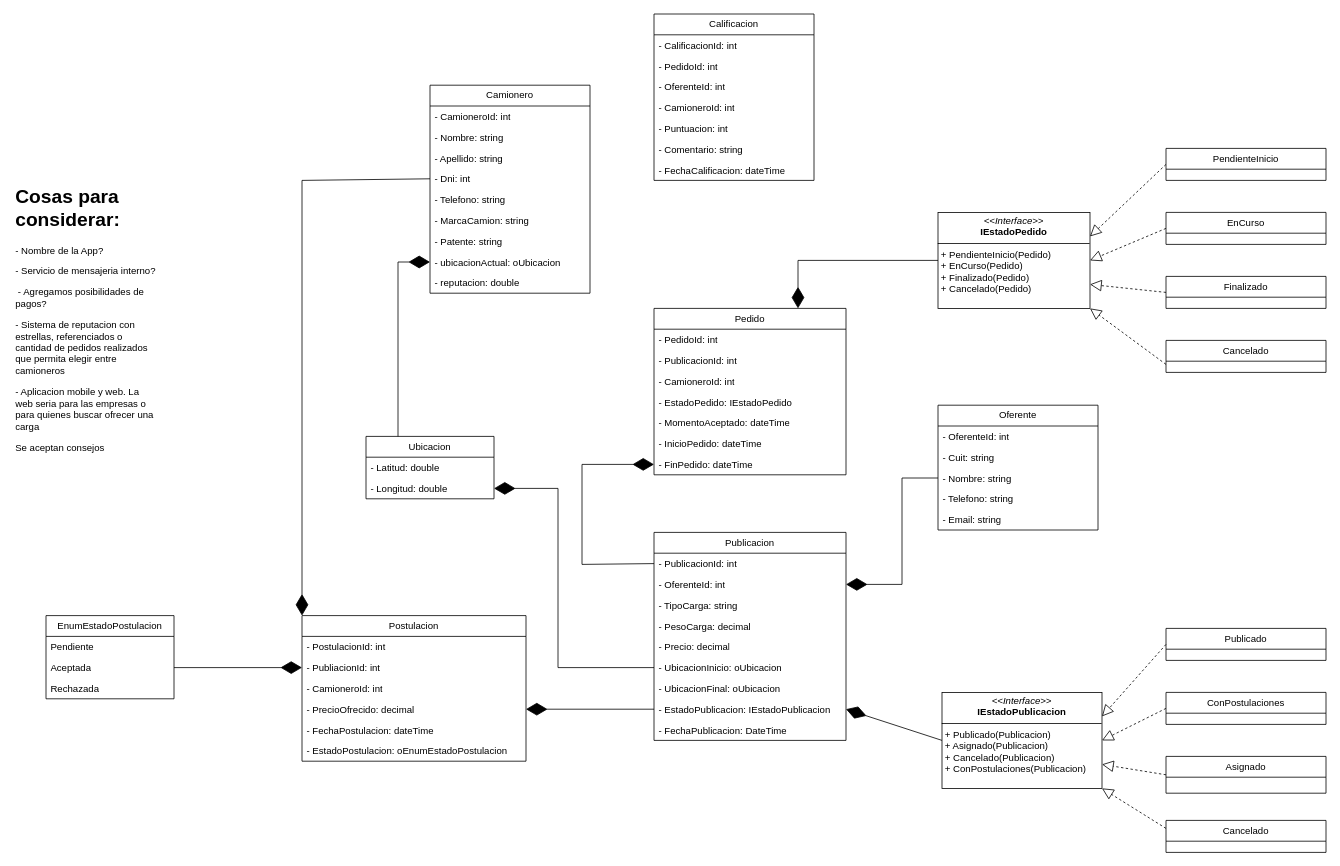
Above: CargaGO.drawio in Francisco-Galea/Diagramas-y-Otros (draw.io), before the change. Source tidied: cells renumbered, new cells numbered last; positions are measured from the earlier drawing's top-left corner, leaving out a move shared by most shapes. Both pictures are drawn from the tidied source at 80%, with x=0, y=0 at pixel (14, 14).
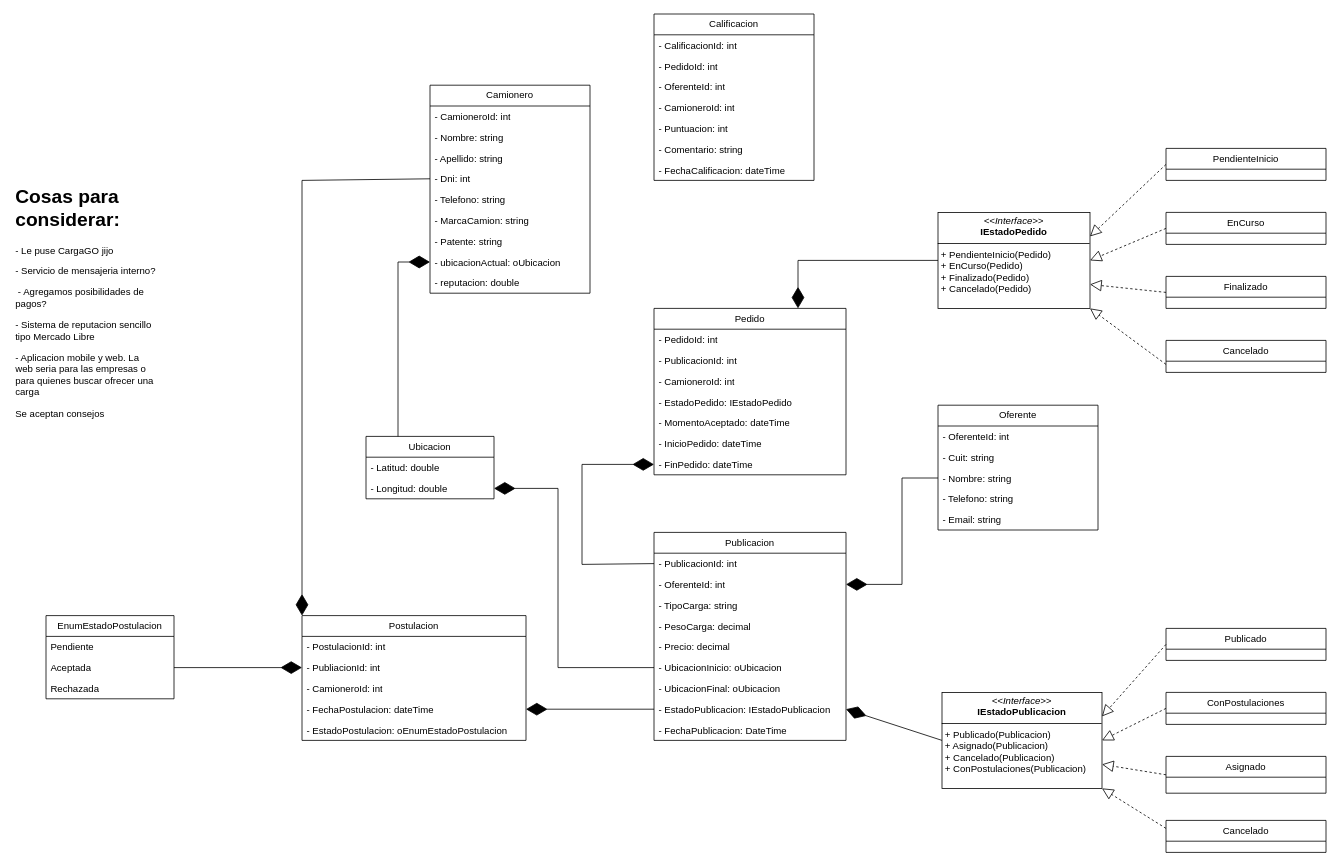
Above is the later version.

Unchanged cells that the change refers to:
```xml
<mxCell id="26" value="- EstadoPublicacion: IEstadoPublicacion" style="text;strokeColor=none;fillColor=none;align=left;verticalAlign=top;spacingLeft=4;spacingRight=4;overflow=hidden;points=[[0,0.5],[1,0.5]];portConstraint=eastwest;whiteSpace=wrap;html=1;" parent="18" vertex="1">
  <mxGeometry y="208" width="240" height="26" as="geometry" />
</mxCell>
```

Diff of the diagram source:
```diff
@@
     <mxCell id="39" value="Postulacion" style="swimlane;fontStyle=0;horizontal=1;startSize=26;fillColor=none;whiteSpace=wrap;html=1;" parent="1" vertex="1">
-      <mxGeometry x="360" y="752" width="280" height="182" as="geometry" />
+      <mxGeometry x="360" y="752" width="280" height="156" as="geometry" />
     </mxCell>
@@
-    <mxCell id="43" value="- PrecioOfrecido: decimal" style="text;strokeColor=none;fillColor=none;align=left;verticalAlign=top;spacingLeft=4;spacingRight=4;overflow=hidden;points=[[0,0.5],[1,0.5]];portConstraint=eastwest;whiteSpace=wrap;html=1;" parent="39" vertex="1">
-      <mxGeometry y="104" width="280" height="26" as="geometry" />
-    </mxCell>
     <mxCell id="44" value="- FechaPostulacion: dateTime" style="text;strokeColor=none;fillColor=none;align=left;verticalAlign=top;spacingLeft=4;spacingRight=4;overflow=hidden;whiteSpace=wrap;html=1;" parent="39" vertex="1">
-      <mxGeometry y="130" width="280" height="26" as="geometry" />
+      <mxGeometry y="104" width="280" height="26" as="geometry" />
     </mxCell>
     <mxCell id="45" value="- EstadoPostulacion: oEnumEstadoPostulacion" style="text;strokeColor=none;fillColor=none;align=left;verticalAlign=top;spacingLeft=4;spacingRight=4;overflow=hidden;whiteSpace=wrap;html=1;" parent="39" vertex="1">
-      <mxGeometry y="156" width="280" height="26" as="geometry" />
+      <mxGeometry y="130" width="280" height="26" as="geometry" />
     </mxCell>
@@
-    <mxCell id="76" value="&lt;h1 style=&quot;margin-top: 0px;&quot;&gt;Cosas para considerar:&lt;/h1&gt;&lt;p&gt;- Nombre de la App?&amp;nbsp;&lt;/p&gt;&lt;p&gt;- Servicio de mensajeria interno?&lt;/p&gt;&lt;p&gt;&amp;nbsp;- Agregamos posibilidades de pagos?&lt;/p&gt;&lt;p&gt;- Sistema de reputacion con estrellas, referenciados o cantidad de pedidos realizados que permita elegir entre camioneros&lt;/p&gt;&lt;p&gt;- Aplicacion mobile y web. La web seria para las empresas o para quienes buscar ofrecer una carga&lt;/p&gt;&lt;p&gt;Se aceptan consejos&lt;/p&gt;&lt;p&gt;&lt;br&gt;&lt;/p&gt;&lt;p&gt;&lt;br&gt;&lt;/p&gt;" style="text;html=1;whiteSpace=wrap;overflow=hidden;rounded=0;" parent="1" vertex="1">
+    <mxCell id="76" value="&lt;h1 style=&quot;margin-top: 0px;&quot;&gt;Cosas para considerar:&lt;/h1&gt;&lt;p&gt;- Le puse CargaGO jijo&lt;/p&gt;&lt;p&gt;- Servicio de mensajeria interno?&lt;/p&gt;&lt;p&gt;&amp;nbsp;- Agregamos posibilidades de pagos?&lt;/p&gt;&lt;p&gt;- Sistema de reputacion sencillo tipo Mercado Libre&lt;/p&gt;&lt;p&gt;- Aplicacion mobile y web. La web seria para las empresas o para quienes buscar ofrecer una carga&lt;/p&gt;&lt;p&gt;Se aceptan consejos&lt;/p&gt;&lt;p&gt;&lt;br&gt;&lt;/p&gt;&lt;p&gt;&lt;br&gt;&lt;/p&gt;" style="text;html=1;whiteSpace=wrap;overflow=hidden;rounded=0;" parent="1" vertex="1">
       <mxGeometry y="208" width="180" height="360" as="geometry" />
     </mxCell>
-    <mxCell id="77" style="endArrow=diamondThin;endFill=1;endSize=24;html=1;rounded=0;exitX=0;exitY=0.5;exitDx=0;exitDy=0;entryX=1;entryY=0.5;entryDx=0;entryDy=0;" parent="1" edge="1" source="26" target="43">
-      <mxGeometry relative="1" as="geometry" />
+    <mxCell id="77" style="endArrow=diamondThin;endFill=1;endSize=24;html=1;rounded=0;exitX=0;exitY=0.5;exitDx=0;exitDy=0;entryX=1;entryY=0.5;entryDx=0;entryDy=0;" parent="1" edge="1" source="26">
+      <mxGeometry relative="1" as="geometry">
+        <mxPoint x="640" y="869" as="targetPoint" />
+      </mxGeometry>
     </mxCell>
```
